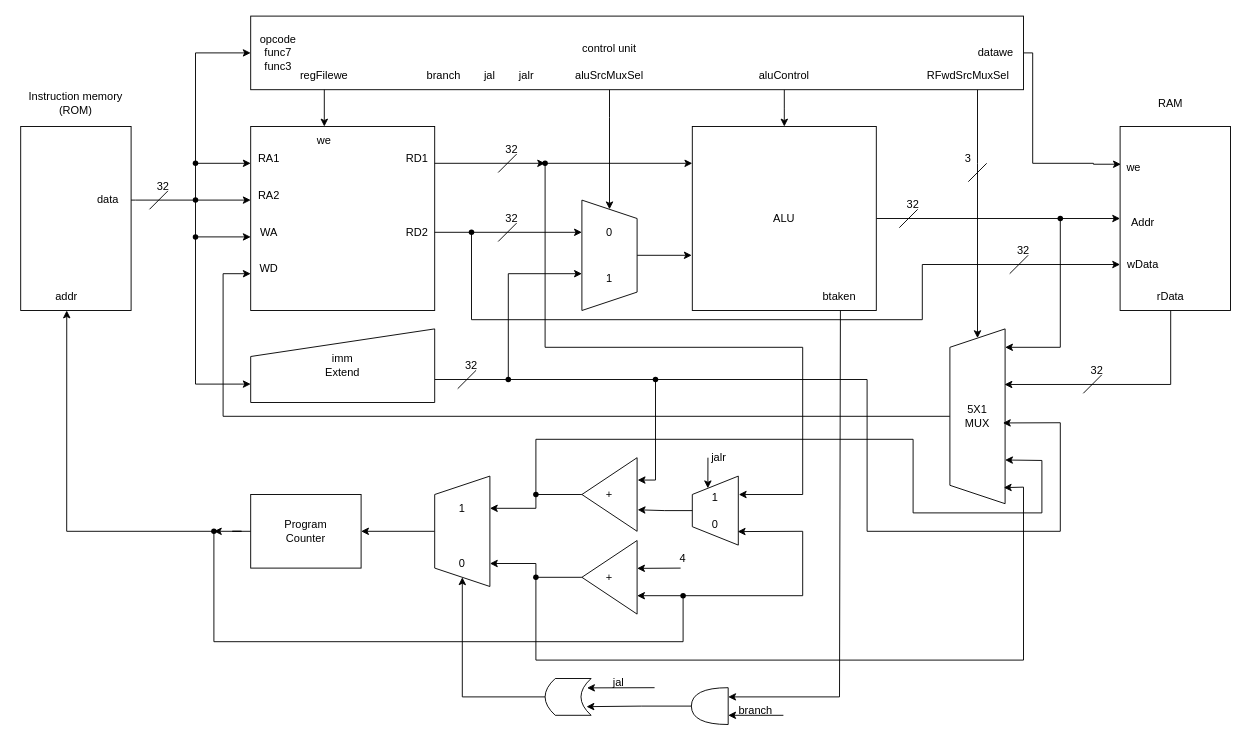
The draw.io diagram 제목 없는 다이어그램.drawio in Friday930/draw_io, before the edit. Source tidied: cells renumbered, new cells numbered last; positions are measured from the earlier drawing's top-left corner, leaving out a move shared by most shapes. Both pictures are drawn from the tidied source at 92%, with x=0, y=0 at pixel (16, 16).
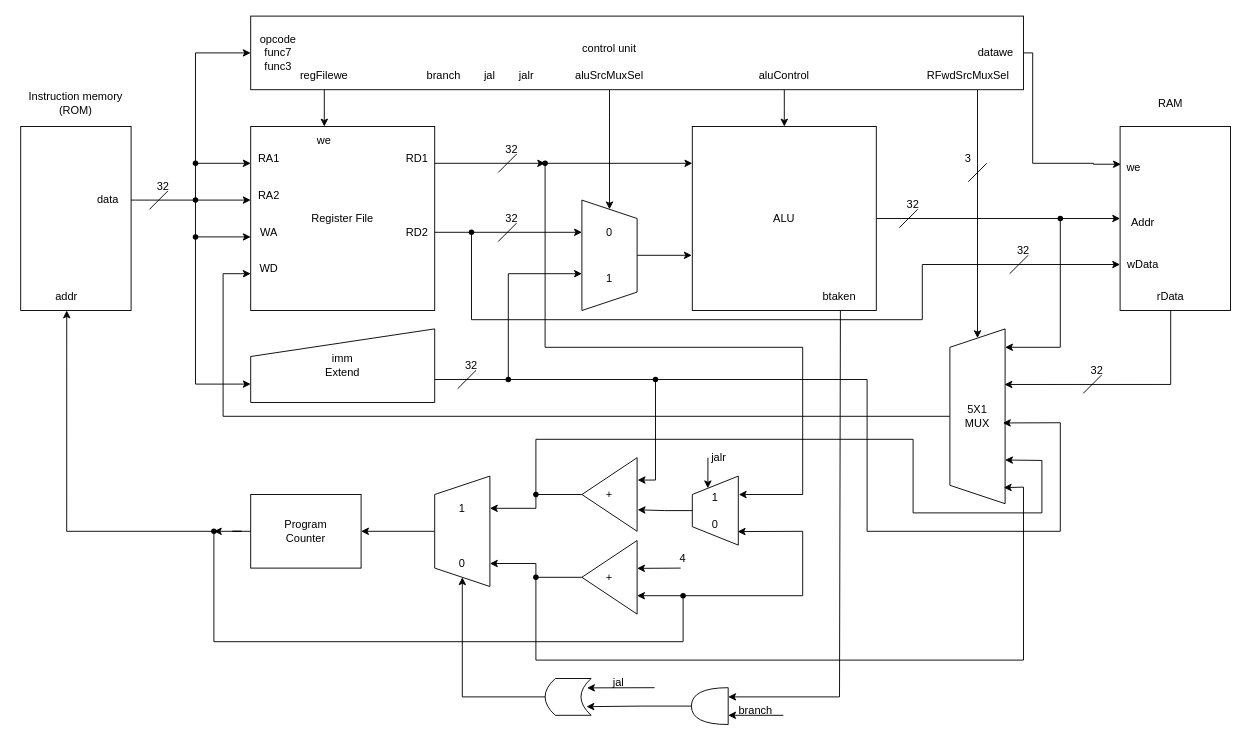
The same diagram, later.

Commit message (it also covers changes not shown here):
제목 없는 다이어그램.drawio 업데이트

What changed in the source:
```diff
@@
-    <mxCell id="10" style="whiteSpace=wrap;html=1;" parent="1" vertex="1">
+    <mxCell id="10" value="Register File" style="whiteSpace=wrap;html=1;" parent="1" vertex="1">
       <mxGeometry x="255" y="120" width="200" height="200" as="geometry" />
     </mxCell>
```
